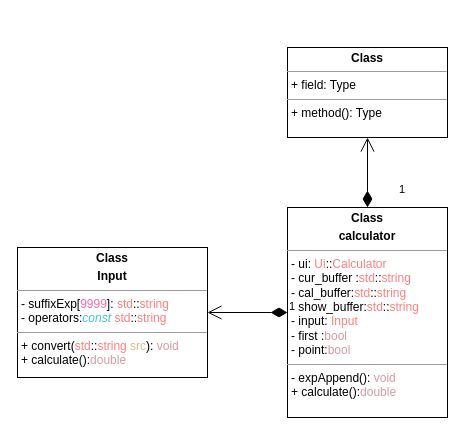
dedicatus543/QtCalculator keeps this draw.io diagram as Untitled Diagram.drawio. Above is the earlier version. Source tidied: cells renumbered, new cells numbered last; positions are measured from the earlier drawing's top-left corner, leaving out a move shared by most shapes. Both pictures are drawn from the tidied source at 100%, with x=0, y=0 at pixel (17, 47).
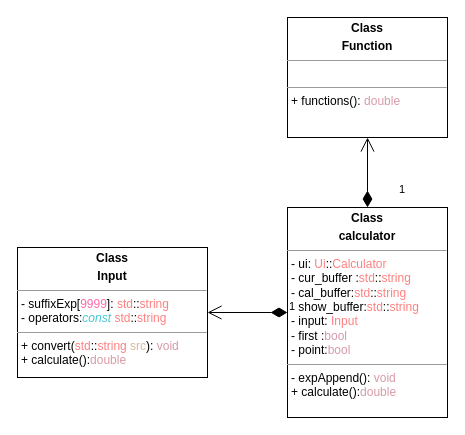
After the change.

Diff of the diagram source:
```diff
@@
 <mxGraphModel>
   <root>
     <mxCell id="0" />
     <mxCell id="1" parent="0" />
     <mxCell id="2" value="&lt;p style=&quot;margin:0px;margin-top:4px;text-align:center;&quot;&gt;&lt;b&gt;Class&lt;/b&gt;&lt;/p&gt;&lt;p style=&quot;margin:0px;margin-top:4px;text-align:center;&quot;&gt;&lt;b&gt;calculator&lt;/b&gt;&lt;/p&gt;&lt;hr size=&quot;1&quot;&gt;&lt;p style=&quot;margin:0px;margin-left:4px;&quot;&gt;- ui:&amp;nbsp;&lt;span style=&quot;background-color: initial; color: rgb(255, 128, 128);&quot;&gt;Ui&lt;/span&gt;&lt;span style=&quot;background-color: initial;&quot;&gt;::&lt;/span&gt;&lt;span style=&quot;background-color: initial; color: rgb(255, 128, 128);&quot;&gt;Calculator&lt;/span&gt;&lt;/p&gt;&lt;p style=&quot;margin:0px;margin-left:4px;&quot;&gt;&lt;span style=&quot;background-color: initial;&quot;&gt;-&amp;nbsp;&lt;/span&gt;&lt;span style=&quot;background-color: initial;&quot;&gt;cur_buffer :&lt;/span&gt;&lt;span style=&quot;background-color: initial; color: rgb(255, 128, 128);&quot;&gt;std&lt;/span&gt;&lt;span style=&quot;background-color: initial;&quot;&gt;::&lt;/span&gt;&lt;span style=&quot;background-color: initial; color: rgb(255, 128, 128);&quot;&gt;string&lt;/span&gt;&lt;/p&gt;&lt;p style=&quot;margin:0px;margin-left:4px;&quot;&gt;&lt;span style=&quot;background-color: initial;&quot;&gt;-&amp;nbsp;&lt;/span&gt;&lt;span style=&quot;background-color: initial;&quot;&gt;cal_buffer&lt;/span&gt;&lt;span style=&quot;background-color: initial;&quot;&gt;:&lt;/span&gt;&lt;span style=&quot;background-color: initial; color: rgb(255, 128, 128);&quot;&gt;std&lt;/span&gt;&lt;span style=&quot;background-color: initial;&quot;&gt;::&lt;/span&gt;&lt;span style=&quot;background-color: initial; color: rgb(255, 128, 128);&quot;&gt;string&lt;/span&gt;&lt;/p&gt;&lt;p style=&quot;margin:0px;margin-left:4px;&quot;&gt;&lt;span style=&quot;background-color: initial;&quot;&gt;-&amp;nbsp;&lt;/span&gt;&lt;span style=&quot;background-color: initial;&quot;&gt;show_buffer&lt;/span&gt;&lt;span style=&quot;background-color: initial;&quot;&gt;:&lt;/span&gt;&lt;span style=&quot;background-color: initial; color: rgb(255, 128, 128);&quot;&gt;std&lt;/span&gt;&lt;span style=&quot;background-color: initial;&quot;&gt;::&lt;/span&gt;&lt;span style=&quot;background-color: initial; color: rgb(255, 128, 128);&quot;&gt;string&lt;/span&gt;&lt;/p&gt;&lt;p style=&quot;margin:0px;margin-left:4px;&quot;&gt;&lt;span style=&quot;background-color: initial;&quot;&gt;- input:&amp;nbsp;&lt;/span&gt;&lt;span style=&quot;color: rgb(255, 128, 128); background-color: initial;&quot;&gt;Input&lt;/span&gt;&lt;/p&gt;&lt;p style=&quot;margin:0px;margin-left:4px;&quot;&gt;- first :&lt;span style=&quot;color: rgb(214, 154, 167); background-color: initial;&quot;&gt;bool&lt;/span&gt;&lt;/p&gt;&lt;p style=&quot;margin:0px;margin-left:4px;&quot;&gt;&lt;span style=&quot;background-color: initial;&quot;&gt;- point:&lt;/span&gt;&lt;span style=&quot;color: rgb(214, 154, 167); background-color: initial;&quot;&gt;bool&lt;/span&gt;&lt;/p&gt;&lt;hr size=&quot;1&quot;&gt;&lt;p style=&quot;margin:0px;margin-left:4px;&quot;&gt;- expAppend():&amp;nbsp;&lt;span style=&quot;color: rgb(214, 154, 167); background-color: initial;&quot;&gt;void&lt;/span&gt;&lt;/p&gt;&lt;p style=&quot;margin:0px;margin-left:4px;&quot;&gt;+ calculate():&lt;span style=&quot;color: rgb(214, 154, 167); background-color: initial;&quot;&gt;double&lt;/span&gt;&lt;/p&gt;" style="verticalAlign=top;align=left;overflow=fill;fontSize=12;fontFamily=Helvetica;html=1;strokeColor=default;fillColor=default;" parent="1" vertex="1">
       <mxGeometry x="270" y="160" width="160" height="210" as="geometry" />
     </mxCell>
     <mxCell id="3" value="&lt;p style=&quot;margin:0px;margin-top:4px;text-align:center;&quot;&gt;&lt;b&gt;Class&lt;/b&gt;&lt;/p&gt;&lt;p style=&quot;margin:0px;margin-top:4px;text-align:center;&quot;&gt;&lt;b&gt;Input&lt;/b&gt;&lt;/p&gt;&lt;hr size=&quot;1&quot;&gt;&lt;p style=&quot;margin:0px;margin-left:4px;&quot;&gt;-&amp;nbsp;&lt;span style=&quot;background-color: initial;&quot;&gt;suffixExp[&lt;font color=&quot;#ff6aad&quot;&gt;9999&lt;/font&gt;&lt;/span&gt;&lt;span style=&quot;background-color: initial;&quot;&gt;]&lt;/span&gt;&lt;span style=&quot;background-color: initial;&quot;&gt;:&amp;nbsp;&lt;/span&gt;&lt;span style=&quot;background-color: initial; color: rgb(255, 128, 128);&quot;&gt;std&lt;/span&gt;&lt;span style=&quot;background-color: initial;&quot;&gt;::&lt;/span&gt;&lt;span style=&quot;background-color: initial; color: rgb(255, 128, 128);&quot;&gt;string&lt;/span&gt;&lt;/p&gt;&lt;p style=&quot;margin:0px;margin-left:4px;&quot;&gt;&lt;span style=&quot;background-color: initial;&quot;&gt;- operators:&lt;/span&gt;&lt;span style=&quot;background-color: initial; font-style: italic; color: rgb(69, 198, 214);&quot;&gt;const&lt;/span&gt;&lt;span style=&quot;background-color: initial; color: rgb(190, 192, 194);&quot;&gt; &lt;/span&gt;&lt;span style=&quot;background-color: initial; color: rgb(255, 128, 128);&quot;&gt;std&lt;/span&gt;&lt;span style=&quot;background-color: initial;&quot;&gt;::&lt;/span&gt;&lt;span style=&quot;background-color: initial; color: rgb(255, 128, 128);&quot;&gt;string&lt;/span&gt;&lt;/p&gt;&lt;hr size=&quot;1&quot;&gt;&lt;p style=&quot;margin:0px;margin-left:4px;&quot;&gt;+ convert(&lt;span style=&quot;background-color: initial; color: rgb(255, 128, 128);&quot;&gt;std&lt;/span&gt;&lt;span style=&quot;background-color: initial;&quot;&gt;::&lt;/span&gt;&lt;span style=&quot;background-color: initial; color: rgb(255, 128, 128);&quot;&gt;string&lt;/span&gt;&lt;span style=&quot;background-color: initial; color: rgb(190, 192, 194);&quot;&gt; &lt;/span&gt;&lt;span style=&quot;background-color: initial; color: rgb(214, 187, 154);&quot;&gt;src&lt;/span&gt;&lt;span style=&quot;background-color: initial;&quot;&gt;):&amp;nbsp;&lt;/span&gt;&lt;span style=&quot;color: rgb(214, 154, 167); background-color: initial;&quot;&gt;void&lt;/span&gt;&lt;/p&gt;&lt;p style=&quot;margin:0px;margin-left:4px;&quot;&gt;+ calculate():&lt;span style=&quot;color: rgb(214, 154, 167); background-color: initial;&quot;&gt;double&lt;/span&gt;&lt;/p&gt;&lt;p style=&quot;margin:0px;margin-left:4px;&quot;&gt;&lt;span style=&quot;color: rgb(214, 154, 167); background-color: initial;&quot;&gt;&lt;br&gt;&lt;/span&gt;&lt;/p&gt;" style="verticalAlign=top;align=left;overflow=fill;fontSize=12;fontFamily=Helvetica;html=1;fontColor=#000000;strokeColor=default;fillColor=default;" parent="1" vertex="1">
       <mxGeometry y="200" width="190" height="130" as="geometry" />
     </mxCell>
-    <mxCell id="4" value="&lt;p style=&quot;margin:0px;margin-top:4px;text-align:center;&quot;&gt;&lt;b&gt;Class&lt;/b&gt;&lt;/p&gt;&lt;hr size=&quot;1&quot;/&gt;&lt;p style=&quot;margin:0px;margin-left:4px;&quot;&gt;+ field: Type&lt;/p&gt;&lt;hr size=&quot;1&quot;/&gt;&lt;p style=&quot;margin:0px;margin-left:4px;&quot;&gt;+ method(): Type&lt;/p&gt;" style="verticalAlign=top;align=left;overflow=fill;fontSize=12;fontFamily=Helvetica;html=1;fontColor=#000000;strokeColor=default;fillColor=default;" parent="1" vertex="1">
-      <mxGeometry x="270" width="160" height="90" as="geometry" />
+    <mxCell id="4" value="&lt;p style=&quot;margin:0px;margin-top:4px;text-align:center;&quot;&gt;&lt;b&gt;Class&lt;/b&gt;&lt;/p&gt;&lt;p style=&quot;margin:0px;margin-top:4px;text-align:center;&quot;&gt;&lt;b&gt;Function&lt;/b&gt;&lt;/p&gt;&lt;hr size=&quot;1&quot;&gt;&lt;p style=&quot;margin:0px;margin-left:4px;&quot;&gt;&lt;br&gt;&lt;/p&gt;&lt;hr size=&quot;1&quot;&gt;&lt;p style=&quot;margin:0px;margin-left:4px;&quot;&gt;+ functions():&amp;nbsp;&lt;span style=&quot;color: rgb(214, 154, 167); background-color: initial;&quot;&gt;double&lt;/span&gt;&lt;/p&gt;" style="verticalAlign=top;align=left;overflow=fill;fontSize=12;fontFamily=Helvetica;html=1;fontColor=#000000;strokeColor=default;fillColor=default;" parent="1" vertex="1">
+      <mxGeometry x="270" y="-30" width="160" height="120" as="geometry" />
     </mxCell>
     <mxCell id="5" value="1" style="endArrow=open;html=1;endSize=12;startArrow=diamondThin;startSize=14;startFill=1;edgeStyle=orthogonalEdgeStyle;align=left;verticalAlign=bottom;rounded=0;fontColor=#000000;" parent="1" edge="1" source="2">
       <mxGeometry x="-1" y="3" relative="1" as="geometry">
         <mxPoint x="190" y="265" as="targetPoint" />
       </mxGeometry>
     </mxCell>
     <mxCell id="6" value="1" style="endArrow=open;html=1;endSize=12;startArrow=diamondThin;startSize=14;startFill=1;edgeStyle=orthogonalEdgeStyle;align=left;verticalAlign=bottom;rounded=0;fontColor=#000000;entryX=0.5;entryY=1;entryDx=0;entryDy=0;" parent="1" edge="1" source="2" target="4">
       <mxGeometry x="-0.75" y="-30" relative="1" as="geometry" />
     </mxCell>
   </root>
 </mxGraphModel>
```
